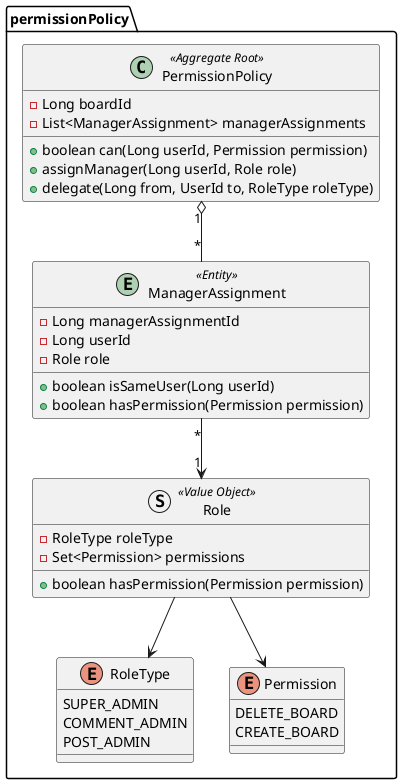
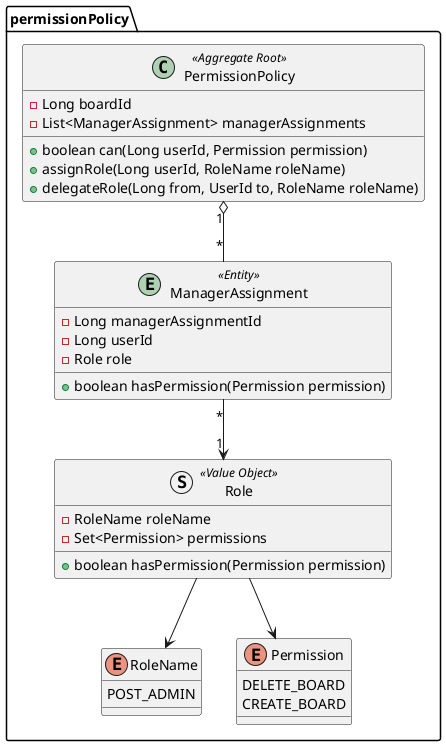
@startuml
package "permissionPolicy" {
  class PermissionPolicy <<Aggregate Root>>{
    - Long boardId
    - List<ManagerAssignment> managerAssignments
    + boolean can(Long userId, Permission permission)
-     + assignManager(Long userId, Role role)
-     + delegate(Long from, UserId to, RoleType roleType)
+     + assignRole(Long userId, RoleName roleName)
+     + delegateRole(Long from, UserId to, RoleName roleName)
  }

  entity ManagerAssignment <<Entity>>{
    - Long managerAssignmentId
    - Long userId
    - Role role
-     + boolean isSameUser(Long userId)
    + boolean hasPermission(Permission permission)
  }

  struct Role <<Value Object>>{
-     - RoleType roleType
+     - RoleName roleName
    - Set<Permission> permissions
    + boolean hasPermission(Permission permission)
  }

-   enum RoleType {
-     SUPER_ADMIN
-     COMMENT_ADMIN
+   enum RoleName {
    POST_ADMIN
  }

  enum Permission {
    DELETE_BOARD
    CREATE_BOARD
  }

  PermissionPolicy "1" o-- "*" ManagerAssignment
  ManagerAssignment "*" --> "1" Role
-   Role --> RoleType
+   Role --> RoleName
  Role --> Permission
}
@enduml